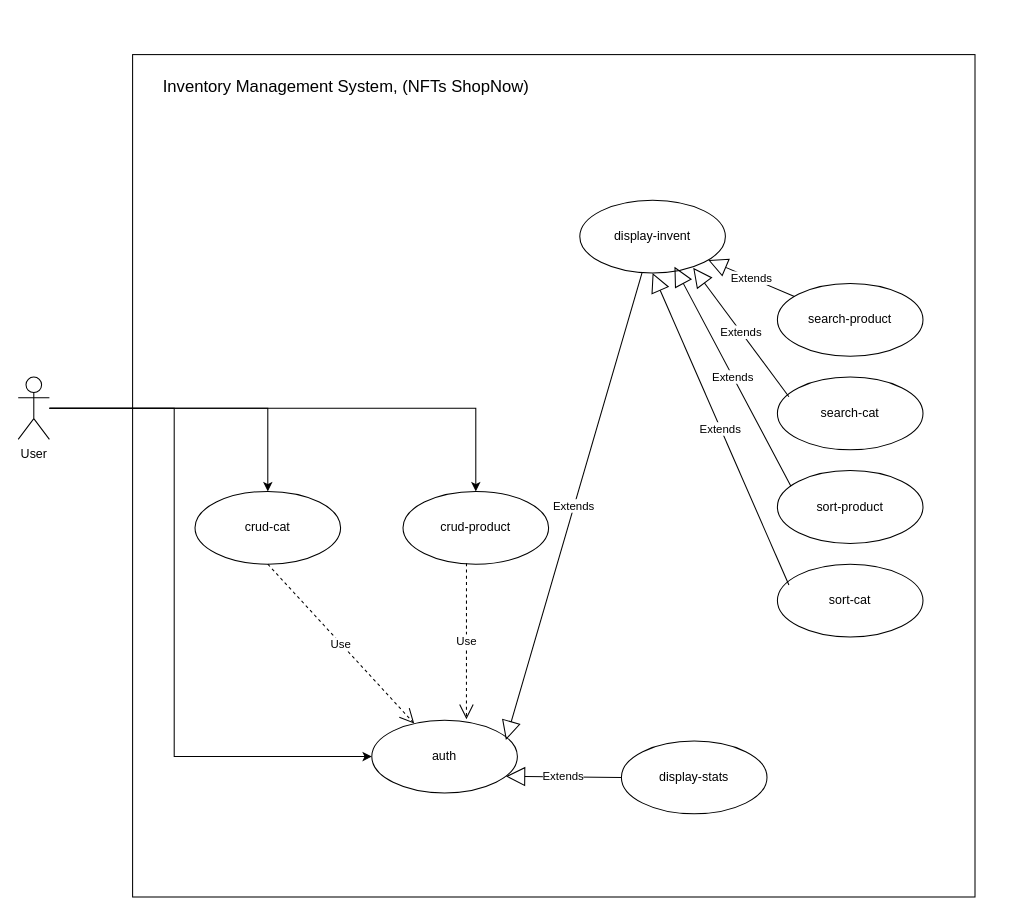
The draw.io diagram usecasediagram.drawio in YouCodeSchool/ShopNow, before the edit. Source tidied: cells renumbered, new cells numbered last; positions are measured from the earlier drawing's top-left corner, leaving out a move shared by most shapes. Both pictures are drawn from the tidied source at 104%, with x=0, y=0 at pixel (18, 54).
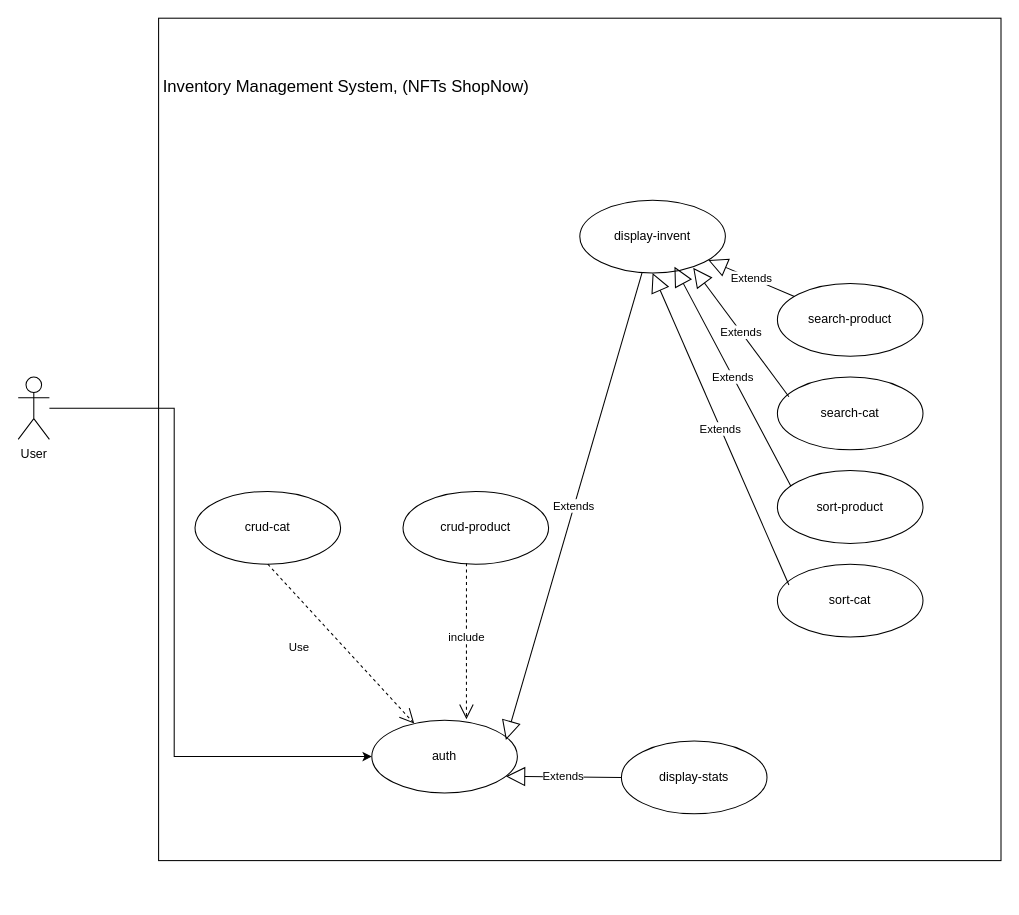
Above is the later version.

Unchanged cells that the change refers to:
```xml
<mxCell id="7" value="User" style="shape=umlActor;verticalLabelPosition=bottom;verticalAlign=top;html=1;outlineConnect=0;" parent="1" vertex="1">
  <mxGeometry y="310" width="30" height="60" as="geometry" />
</mxCell>
<mxCell id="8" value="crud-product" style="ellipse;whiteSpace=wrap;html=1;" parent="1" vertex="1">
  <mxGeometry x="370" y="420" width="140" height="70" as="geometry" />
</mxCell>
<mxCell id="9" value="auth" style="ellipse;whiteSpace=wrap;html=1;" parent="1" vertex="1">
  <mxGeometry x="340" y="640" width="140" height="70" as="geometry" />
</mxCell>
<mxCell id="12" value="crud-cat" style="ellipse;whiteSpace=wrap;html=1;" parent="1" vertex="1">
  <mxGeometry x="170" y="420" width="140" height="70" as="geometry" />
</mxCell>
```

What changed in the source:
```diff
@@
     <mxCell id="2" style="whiteSpace=wrap;html=1;" parent="1" vertex="1">
-      <mxGeometry x="110" width="810" height="810" as="geometry" />
+      <mxGeometry x="135" y="-35" width="810" height="810" as="geometry" />
     </mxCell>
@@
-    <mxCell id="5" style="edgeStyle=orthogonalEdgeStyle;rounded=0;jettySize=auto;html=1;entryX=0.5;entryY=0;entryDx=0;entryDy=0;" parent="1" edge="1" source="7" target="8">
-      <mxGeometry relative="1" as="geometry" />
-    </mxCell>
-    <mxCell id="6" style="edgeStyle=orthogonalEdgeStyle;rounded=0;jettySize=auto;html=1;" parent="1" edge="1" source="7" target="12">
-      <mxGeometry relative="1" as="geometry" />
-    </mxCell>
@@
-    <mxCell id="20" value="Use" style="endArrow=open;endSize=12;dashed=1;html=1;rounded=0;exitX=0.436;exitY=0.986;exitDx=0;exitDy=0;exitPerimeter=0;entryX=0.65;entryY=-0.014;entryDx=0;entryDy=0;entryPerimeter=0;" parent="1" edge="1" source="8" target="9">
-      <mxGeometry relative="1" as="geometry" />
+    <mxCell id="20" value="include" style="endArrow=open;endSize=12;dashed=1;html=1;rounded=0;exitX=0.436;exitY=0.986;exitDx=0;exitDy=0;exitPerimeter=0;entryX=0.65;entryY=-0.014;entryDx=0;entryDy=0;entryPerimeter=0;" parent="1" edge="1" source="8" target="9">
+      <mxGeometry x="-0.05" relative="1" as="geometry">
+        <Array as="points">
+          <mxPoint x="431" y="550" />
+        </Array>
+      </mxGeometry>
     </mxCell>
     <mxCell id="21" value="Use" style="endArrow=open;endSize=12;dashed=1;html=1;rounded=0;exitX=0.5;exitY=1;exitDx=0;exitDy=0;" parent="1" edge="1" source="12" target="9">
-      <mxGeometry relative="1" as="geometry" />
+      <mxGeometry x="-0.24" y="-32" relative="1" as="geometry" />
     </mxCell>
```
